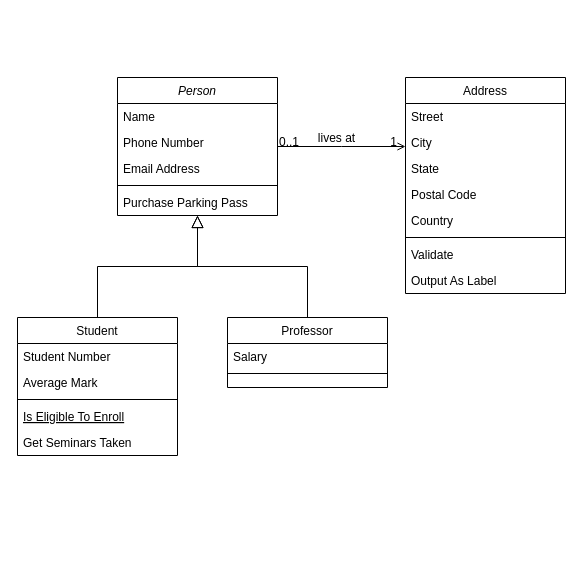
Earlier version of the draw.io diagram Untitled Diagram.drawio (NigarNazarli/Practise-1). Source tidied: cells renumbered, new cells numbered last; positions are measured from the earlier drawing's top-left corner, leaving out a move shared by most shapes. Both pictures are drawn from the tidied source at 100%, with x=0, y=0 at pixel (17, 77).
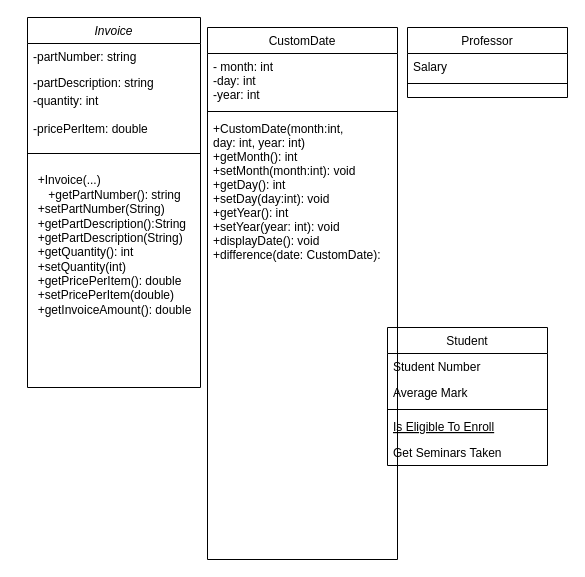
Above is the later version.

Change to the diagram source:
```diff
@@
-    <mxCell id="2" value="Person" style="swimlane;fontStyle=2;align=center;verticalAlign=top;horizontal=1;startSize=26;rounded=0;shadow=0;strokeWidth=1;" parent="1" vertex="1">
-      <mxGeometry x="100" width="160" height="138" as="geometry" />
+    <mxCell id="2" value="Invoice" style="swimlane;fontStyle=2;align=center;verticalAlign=top;horizontal=1;startSize=26;rounded=0;shadow=0;strokeWidth=1;" parent="1" vertex="1">
+      <mxGeometry x="10" y="-60" width="173" height="370" as="geometry" />
     </mxCell>
-    <mxCell id="3" value="Name" style="text;align=left;verticalAlign=top;spacingLeft=4;spacingRight=4;overflow=hidden;" parent="2" vertex="1">
-      <mxGeometry y="26" width="160" height="26" as="geometry" />
+    <mxCell id="3" value="-partNumber: string" style="text;align=left;verticalAlign=top;spacingLeft=4;spacingRight=4;overflow=hidden;" parent="2" vertex="1">
+      <mxGeometry y="26" width="173" height="26" as="geometry" />
     </mxCell>
-    <mxCell id="4" value="Phone Number" style="text;align=left;verticalAlign=top;spacingLeft=4;spacingRight=4;overflow=hidden;rounded=0;shadow=0;html=0;" parent="2" vertex="1">
-      <mxGeometry y="52" width="160" height="26" as="geometry" />
+    <mxCell id="4" value="-partDescription: string" style="text;align=left;verticalAlign=top;spacingLeft=4;spacingRight=4;overflow=hidden;rounded=0;shadow=0;html=0;" parent="2" vertex="1">
+      <mxGeometry y="52" width="173" height="18" as="geometry" />
     </mxCell>
-    <mxCell id="5" value="Email Address" style="text;align=left;verticalAlign=top;spacingLeft=4;spacingRight=4;overflow=hidden;rounded=0;shadow=0;html=0;" parent="2" vertex="1">
-      <mxGeometry y="78" width="160" height="26" as="geometry" />
+    <mxCell id="5" value="-quantity: int&#10;&#10;-pricePerItem: double&#10;" style="text;align=left;verticalAlign=top;spacingLeft=4;spacingRight=4;overflow=hidden;rounded=0;shadow=0;html=0;" parent="2" vertex="1">
+      <mxGeometry y="70" width="173" height="52" as="geometry" />
     </mxCell>
     <mxCell id="6" style="line;html=1;strokeWidth=1;align=left;verticalAlign=middle;spacingTop=-1;spacingLeft=3;spacingRight=3;labelPosition=right;" parent="2" vertex="1">
-      <mxGeometry y="104" width="160" height="8" as="geometry" />
+      <mxGeometry y="122" width="173" height="28" as="geometry" />
     </mxCell>
-    <mxCell id="7" value="Purchase Parking Pass" style="text;align=left;verticalAlign=top;spacingLeft=4;spacingRight=4;overflow=hidden;" parent="2" vertex="1">
-      <mxGeometry y="112" width="160" height="26" as="geometry" />
-    </mxCell>
+    <mxCell id="32" value="&lt;div style=&quot;text-align: left;&quot;&gt;&lt;span style=&quot;background-color: initial;&quot;&gt;+Invoice(...)&lt;/span&gt;&lt;/div&gt;+getPartNumber(): string&lt;br&gt;&lt;div style=&quot;text-align: left;&quot;&gt;&lt;span style=&quot;background-color: initial;&quot;&gt;+setPartNumber(String)&lt;/span&gt;&lt;/div&gt;&lt;div style=&quot;text-align: left;&quot;&gt;&lt;span style=&quot;background-color: initial;&quot;&gt;+getPartDescription():String&lt;/span&gt;&lt;/div&gt;&lt;div style=&quot;text-align: left;&quot;&gt;&lt;span style=&quot;background-color: initial;&quot;&gt;+getPartDescription(String)&lt;/span&gt;&lt;/div&gt;&lt;div style=&quot;text-align: left;&quot;&gt;&lt;span style=&quot;background-color: initial;&quot;&gt;+getQuantity(): int&lt;/span&gt;&lt;/div&gt;&lt;div style=&quot;text-align: left;&quot;&gt;&lt;span style=&quot;background-color: initial;&quot;&gt;+setQuantity(int)&lt;/span&gt;&lt;/div&gt;&lt;div style=&quot;text-align: left;&quot;&gt;&lt;span style=&quot;background-color: initial;&quot;&gt;+getPricePerItem(): double&lt;/span&gt;&lt;/div&gt;&lt;div style=&quot;text-align: left;&quot;&gt;&lt;span style=&quot;background-color: initial;&quot;&gt;+setPricePerItem(double)&lt;/span&gt;&lt;/div&gt;&lt;div style=&quot;text-align: left;&quot;&gt;&lt;span style=&quot;background-color: initial;&quot;&gt;+getInvoiceAmount(): double&lt;/span&gt;&lt;/div&gt;&lt;div style=&quot;text-align: left;&quot;&gt;&lt;span style=&quot;background-color: initial;&quot;&gt;&lt;br&gt;&lt;/span&gt;&lt;/div&gt;" style="text;html=1;align=center;verticalAlign=middle;strokeColor=none;fillColor=none;" parent="2" vertex="1">
+      <mxGeometry y="150" width="173" height="170" as="geometry" />
+    </mxCell>
     <mxCell id="8" value="Student" style="swimlane;fontStyle=0;align=center;verticalAlign=top;horizontal=1;startSize=26;rounded=0;shadow=0;strokeWidth=1;" parent="1" vertex="1">
-      <mxGeometry y="240" width="160" height="138" as="geometry" />
+      <mxGeometry x="370" y="250" width="160" height="138" as="geometry" />
     </mxCell>
@@
-    <mxCell id="14" style="endArrow=block;endSize=10;endFill=0;shadow=0;strokeWidth=1;rounded=0;edgeStyle=elbowEdgeStyle;elbow=vertical;" parent="1" edge="1" source="8" target="2">
-      <mxGeometry relative="1" as="geometry" />
-    </mxCell>
     <mxCell id="15" value="Professor" style="swimlane;fontStyle=0;align=center;verticalAlign=top;horizontal=1;startSize=26;rounded=0;shadow=0;strokeWidth=1;" parent="1" vertex="1">
-      <mxGeometry x="210" y="240" width="160" height="70" as="geometry" />
+      <mxGeometry x="390" y="-50" width="160" height="70" as="geometry" />
     </mxCell>
@@
-    <mxCell id="18" style="endArrow=block;endSize=10;endFill=0;shadow=0;strokeWidth=1;rounded=0;edgeStyle=elbowEdgeStyle;elbow=vertical;" parent="1" edge="1" source="15" target="2">
-      <mxGeometry relative="1" as="geometry" />
-    </mxCell>
-    <mxCell id="19" value="Address" style="swimlane;fontStyle=0;align=center;verticalAlign=top;horizontal=1;startSize=26;rounded=0;shadow=0;strokeWidth=1;" parent="1" vertex="1">
-      <mxGeometry x="388" width="160" height="216" as="geometry" />
+    <mxCell id="19" value="CustomDate" style="swimlane;fontStyle=0;align=center;verticalAlign=top;horizontal=1;startSize=26;rounded=0;shadow=0;strokeWidth=1;" parent="1" vertex="1">
+      <mxGeometry x="190" y="-50" width="190" height="532" as="geometry" />
     </mxCell>
-    <mxCell id="20" value="Street" style="text;align=left;verticalAlign=top;spacingLeft=4;spacingRight=4;overflow=hidden;" parent="19" vertex="1">
-      <mxGeometry y="26" width="160" height="26" as="geometry" />
-    </mxCell>
-    <mxCell id="21" value="City" style="text;align=left;verticalAlign=top;spacingLeft=4;spacingRight=4;overflow=hidden;rounded=0;shadow=0;html=0;" parent="19" vertex="1">
-      <mxGeometry y="52" width="160" height="26" as="geometry" />
+    <mxCell id="21" value="- month: int&#10;-day: int&#10;-year: int" style="text;align=left;verticalAlign=top;spacingLeft=4;spacingRight=4;overflow=hidden;rounded=0;shadow=0;html=0;" parent="19" vertex="1">
+      <mxGeometry y="26" width="190" height="54" as="geometry" />
     </mxCell>
-    <mxCell id="22" value="State" style="text;align=left;verticalAlign=top;spacingLeft=4;spacingRight=4;overflow=hidden;rounded=0;shadow=0;html=0;" parent="19" vertex="1">
-      <mxGeometry y="78" width="160" height="26" as="geometry" />
-    </mxCell>
-    <mxCell id="23" value="Postal Code" style="text;align=left;verticalAlign=top;spacingLeft=4;spacingRight=4;overflow=hidden;rounded=0;shadow=0;html=0;" parent="19" vertex="1">
-      <mxGeometry y="104" width="160" height="26" as="geometry" />
-    </mxCell>
-    <mxCell id="24" value="Country" style="text;align=left;verticalAlign=top;spacingLeft=4;spacingRight=4;overflow=hidden;rounded=0;shadow=0;html=0;" parent="19" vertex="1">
-      <mxGeometry y="130" width="160" height="26" as="geometry" />
-    </mxCell>
     <mxCell id="25" style="line;html=1;strokeWidth=1;align=left;verticalAlign=middle;spacingTop=-1;spacingLeft=3;spacingRight=3;labelPosition=right;" parent="19" vertex="1">
-      <mxGeometry y="156" width="160" height="8" as="geometry" />
+      <mxGeometry y="80" width="190" height="8" as="geometry" />
     </mxCell>
-    <mxCell id="26" value="Validate" style="text;align=left;verticalAlign=top;spacingLeft=4;spacingRight=4;overflow=hidden;" parent="19" vertex="1">
-      <mxGeometry y="164" width="160" height="26" as="geometry" />
+    <mxCell id="26" value="+CustomDate(month:int, &#10;day: int, year: int)&#10;+getMonth(): int&#10;+setMonth(month:int): void&#10;+getDay(): int&#10;+setDay(day:int): void&#10;+getYear(): int&#10;+setYear(year: int): void&#10;+displayDate(): void&#10;+difference(date: CustomDate):&#10;&#10;" style="text;align=left;verticalAlign=top;spacingLeft=4;spacingRight=4;overflow=hidden;" parent="19" vertex="1">
+      <mxGeometry y="88" width="190" height="222" as="geometry" />
     </mxCell>
-    <mxCell id="27" value="Output As Label" style="text;align=left;verticalAlign=top;spacingLeft=4;spacingRight=4;overflow=hidden;" parent="19" vertex="1">
-      <mxGeometry y="190" width="160" height="26" as="geometry" />
-    </mxCell>
-    <mxCell id="28" style="endArrow=open;shadow=0;strokeWidth=1;rounded=0;endFill=1;edgeStyle=elbowEdgeStyle;elbow=vertical;" parent="1" edge="1" source="2" target="19">
-      <mxGeometry x="0.5" y="41" relative="1" as="geometry">
-        <mxPoint x="-40" y="32" as="offset" />
-      </mxGeometry>
-    </mxCell>
-    <mxCell id="29" value="0..1" style="align=left;verticalAlign=bottom;labelBackgroundColor=none;fontSize=12;" parent="28" vertex="1">
-      <mxGeometry x="-1" relative="1" as="geometry">
-        <mxPoint y="4" as="offset" />
-      </mxGeometry>
-    </mxCell>
-    <mxCell id="30" value="1" style="align=right;verticalAlign=bottom;labelBackgroundColor=none;fontSize=12;" parent="28" vertex="1">
-      <mxGeometry x="1" relative="1" as="geometry">
-        <mxPoint x="-7" y="4" as="offset" />
-      </mxGeometry>
-    </mxCell>
-    <mxCell id="31" value="lives at" style="text;html=1;align=center;verticalAlign=middle;labelBackgroundColor=none;rounded=0;shadow=0;strokeWidth=1;fontSize=12;" parent="28" vertex="1">
-      <mxGeometry x="0.5" y="49" relative="1" as="geometry">
-        <mxPoint x="-38" y="40" as="offset" />
-      </mxGeometry>
-    </mxCell>
```
